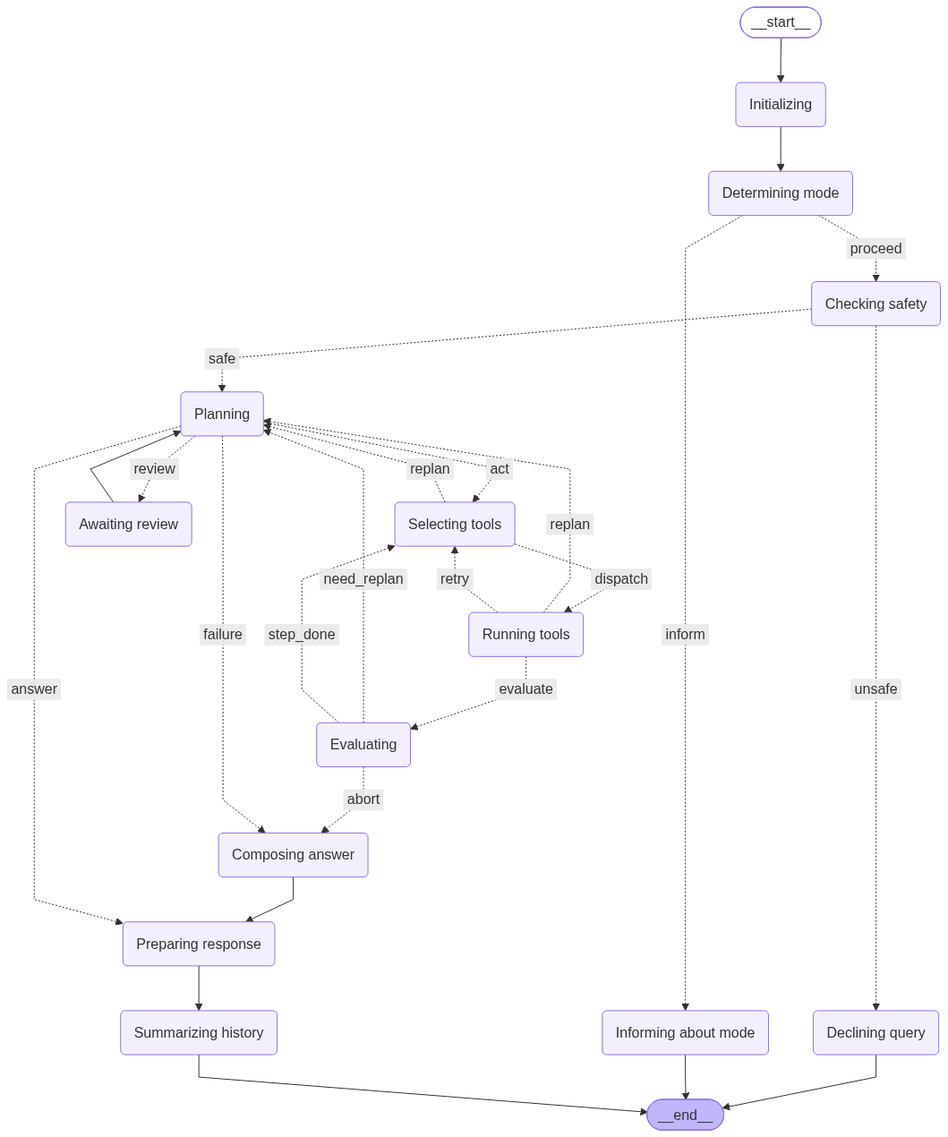
The Mermaid diagram agent_pkg/example-configs/klea-agent-lang-graph.png in NeuroML/klea, before a commit. Its source is kept beside it as agent_pkg/example-configs/klea-agent-lang-graph.mmd.
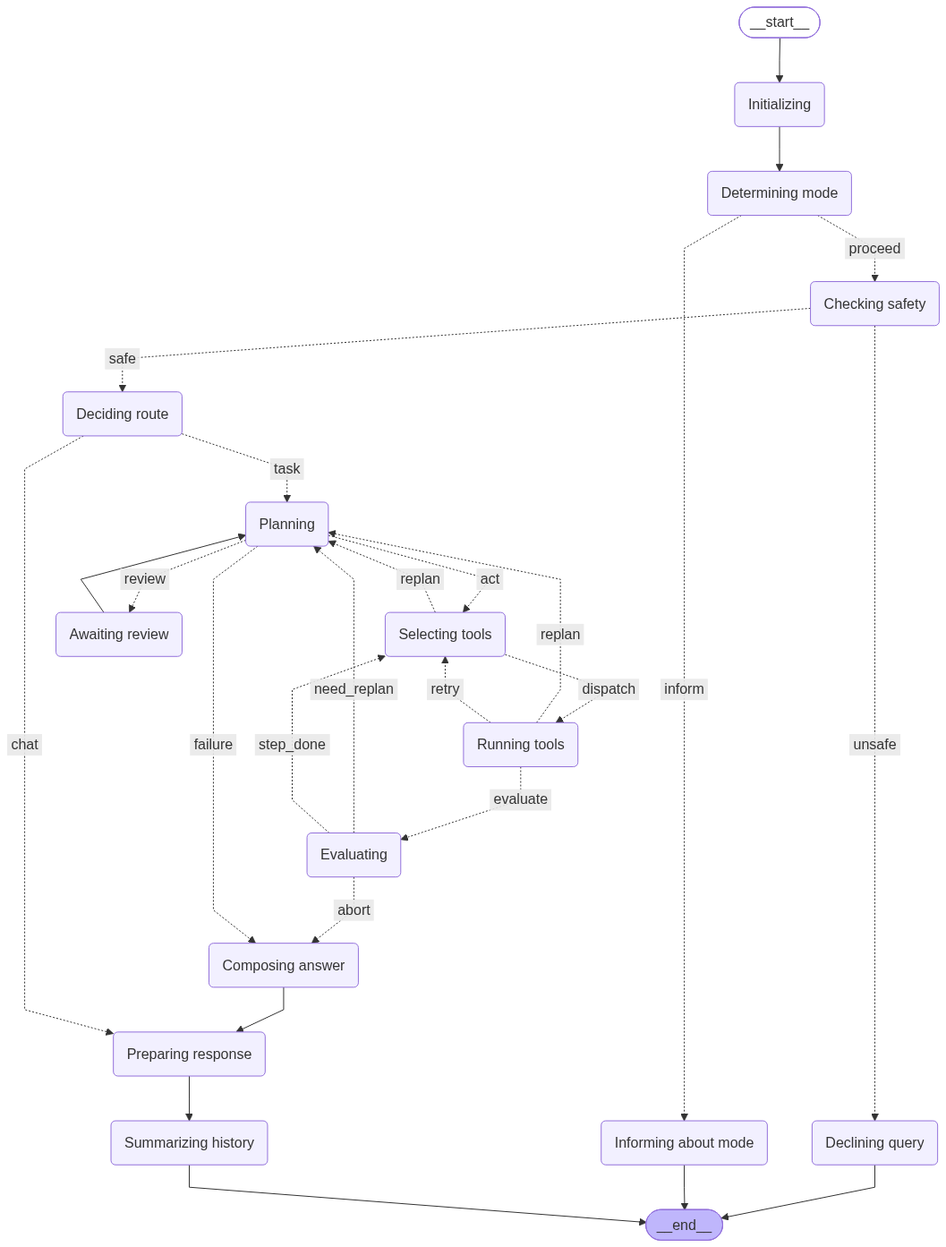
After the change.

What changed in the source:
```diff
@@ -10,6 +10,7 @@
 	Informing\20about\20mode(Informing about mode)
 	Checking\20safety(Checking safety)
 	Declining\20query(Declining query)
+	Deciding\20route(Deciding route)
 	Planning(Planning)
 	Selecting\20tools(Selecting tools)
 	Running\20tools(Running tools)
@@ -20,9 +21,11 @@
 	Summarizing\20history(Summarizing history)
 	__end__([<p>__end__</p>]):::last
 	Awaiting\20review --> Planning;
+	Checking\20safety -. &nbsp;safe&nbsp; .-> Deciding\20route;
 	Checking\20safety -. &nbsp;unsafe&nbsp; .-> Declining\20query;
-	Checking\20safety -. &nbsp;safe&nbsp; .-> Planning;
 	Composing\20answer --> Preparing\20response;
+	Deciding\20route -. &nbsp;task&nbsp; .-> Planning;
+	Deciding\20route -. &nbsp;chat&nbsp; .-> Preparing\20response;
 	Determining\20mode -. &nbsp;proceed&nbsp; .-> Checking\20safety;
 	Determining\20mode -. &nbsp;inform&nbsp; .-> Informing\20about\20mode;
 	Evaluating -. &nbsp;abort&nbsp; .-> Composing\20answer;
@@ -31,7 +34,6 @@
 	Initializing --> Determining\20mode;
 	Planning -. &nbsp;review&nbsp; .-> Awaiting\20review;
 	Planning -. &nbsp;failure&nbsp; .-> Composing\20answer;
-	Planning -. &nbsp;answer&nbsp; .-> Preparing\20response;
 	Planning -. &nbsp;act&nbsp; .-> Selecting\20tools;
 	Preparing\20response --> Summarizing\20history;
 	Running\20tools -. &nbsp;evaluate&nbsp; .-> Evaluating;
```
